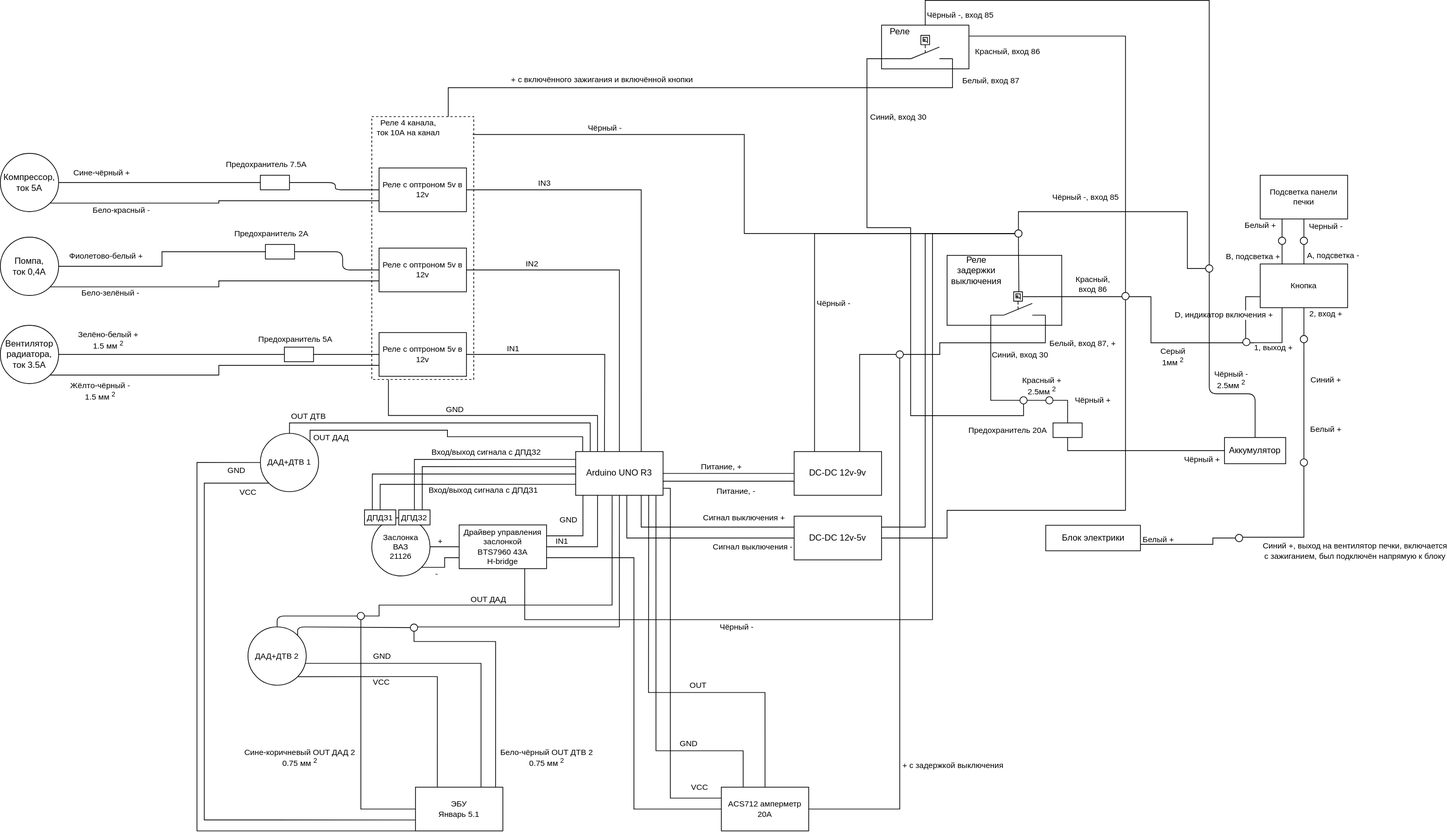
Above: electrical_scheme.drawio.svg in kak-tus/compressor (draw.io), before the change. Source tidied: cells renumbered, new cells last; positions are measured from the earlier drawing's top-left corner, leaving out a move shared by most shapes.
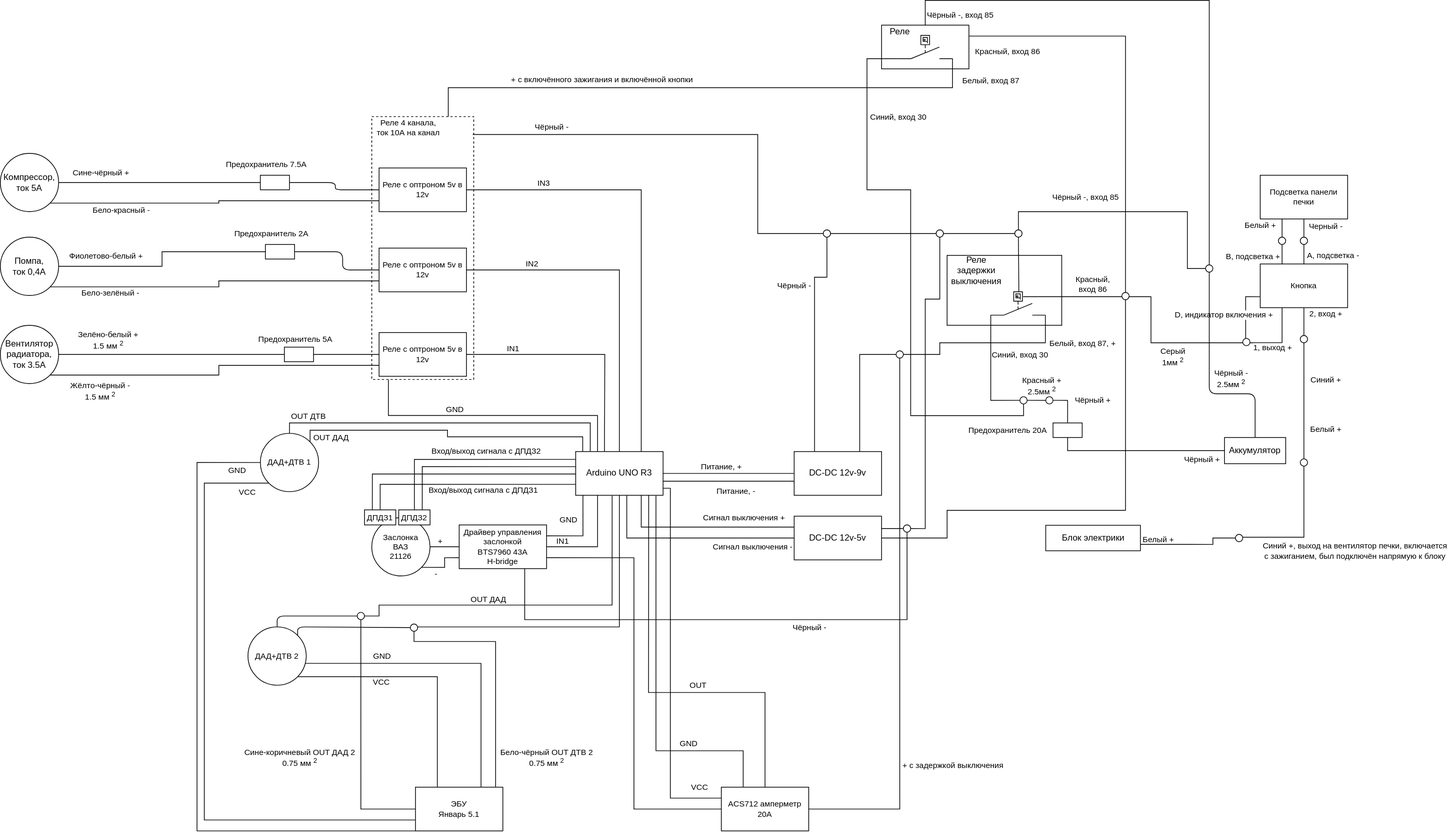
Later version of the same file.

Commit message:
Don't cross lines.

Diff of the diagram source:
```diff
@@ -409,47 +409,52 @@
         <mxPoint x="41" y="14" as="offset" />
       </mxGeometry>
     </mxCell>
-    <mxCell id="86" style="edgeStyle=orthogonalEdgeStyle;shape=connector;rounded=0;orthogonalLoop=1;jettySize=auto;html=1;exitX=0.25;exitY=0;exitDx=0;exitDy=0;labelBackgroundColor=default;strokeColor=default;fontFamily=Helvetica;fontSize=11;fontColor=default;endArrow=none;endFill=0;" parent="1" edge="1">
+    <mxCell id="86" style="edgeStyle=orthogonalEdgeStyle;shape=connector;rounded=0;jettySize=auto;html=1;exitX=0.25;exitY=0;exitDx=0;exitDy=0;labelBackgroundColor=default;strokeColor=default;fontFamily=Helvetica;fontSize=11;fontColor=default;endArrow=none;endFill=0;entryX=0.5;entryY=1;entryDx=0;entryDy=0;" parent="1" edge="1" target="182">
       <mxGeometry relative="1" as="geometry">
         <mxPoint x="1118" y="619.3" as="sourcePoint" />
-        <mxPoint x="1398" y="320" as="targetPoint" />
         <Array as="points">
-          <mxPoint x="1118" y="320" />
+          <mxPoint x="1118" y="380" />
+          <mxPoint x="1135" y="380" />
         </Array>
       </mxGeometry>
     </mxCell>
     <mxCell id="87" value="Чёрный -" style="edgeLabel;html=1;align=center;verticalAlign=middle;fontSize=11;fontFamily=Helvetica;fontColor=default;" parent="86" vertex="1">
       <mxGeometry x="-0.3" y="-1" relative="1" as="geometry">
-        <mxPoint x="25" as="offset" />
+        <mxPoint x="-29" y="-118" as="offset" />
       </mxGeometry>
     </mxCell>
     <mxCell id="88" value="DC-DC 12v-9v" style="rounded=0;whiteSpace=wrap;html=1;" parent="1" vertex="1">
       <mxGeometry x="1090" y="619.3" width="120" height="60" as="geometry" />
     </mxCell>
-    <mxCell id="89" style="edgeStyle=orthogonalEdgeStyle;shape=connector;rounded=0;jettySize=auto;html=1;entryX=1;entryY=0.25;entryDx=0;entryDy=0;labelBackgroundColor=default;strokeColor=default;fontFamily=Helvetica;fontSize=11;fontColor=default;endArrow=none;endFill=0;" parent="1" edge="1" source="95" target="120">
+    <mxCell id="89" style="edgeStyle=orthogonalEdgeStyle;shape=connector;rounded=0;jettySize=auto;html=1;labelBackgroundColor=default;strokeColor=default;fontFamily=Helvetica;fontSize=11;fontColor=default;endArrow=none;endFill=0;exitX=0.5;exitY=1;exitDx=0;exitDy=0;entryX=1;entryY=0.5;entryDx=0;entryDy=0;" parent="1" edge="1" source="184" target="186">
       <mxGeometry relative="1" as="geometry">
         <Array as="points">
-          <mxPoint x="1270" y="320" />
-          <mxPoint x="1270" y="723" />
+          <mxPoint x="1290" y="410" />
+          <mxPoint x="1270" y="410" />
+          <mxPoint x="1270" y="725" />
         </Array>
       </mxGeometry>
     </mxCell>
-    <mxCell id="90" style="edgeStyle=orthogonalEdgeStyle;shape=connector;rounded=0;jettySize=auto;html=1;exitX=0;exitY=0.5;exitDx=0;exitDy=0;entryX=0.75;entryY=1;entryDx=0;entryDy=0;labelBackgroundColor=default;strokeColor=default;fontFamily=Helvetica;fontSize=11;fontColor=default;endArrow=none;endFill=0;" parent="1" edge="1" source="95" target="115">
+    <mxCell id="90" style="edgeStyle=orthogonalEdgeStyle;shape=connector;rounded=0;jettySize=auto;html=1;entryX=0.75;entryY=1;entryDx=0;entryDy=0;labelBackgroundColor=default;strokeColor=default;fontFamily=Helvetica;fontSize=11;fontColor=default;endArrow=none;endFill=0;exitX=0.5;exitY=1;exitDx=0;exitDy=0;" parent="1" edge="1" source="186" target="115">
       <mxGeometry relative="1" as="geometry">
         <Array as="points">
-          <mxPoint x="1280" y="320" />
-          <mxPoint x="1280" y="850" />
+          <mxPoint x="1245" y="850" />
           <mxPoint x="720" y="850" />
         </Array>
       </mxGeometry>
     </mxCell>
     <mxCell id="91" value="Чёрный -" style="edgeLabel;html=1;align=center;verticalAlign=middle;fontSize=11;fontFamily=Helvetica;fontColor=default;" parent="90" vertex="1">
       <mxGeometry x="0.69" y="4" relative="1" as="geometry">
-        <mxPoint x="163" y="6" as="offset" />
+        <mxPoint x="350" y="7" as="offset" />
       </mxGeometry>
     </mxCell>
-    <mxCell id="92" style="edgeStyle=orthogonalEdgeStyle;shape=connector;rounded=0;jettySize=auto;html=1;exitX=0;exitY=0.5;exitDx=0;exitDy=0;entryX=0.99;entryY=0.068;entryDx=0;entryDy=0;entryPerimeter=0;labelBackgroundColor=default;strokeColor=default;fontFamily=Helvetica;fontSize=11;fontColor=default;endArrow=none;endFill=0;" parent="1" edge="1" source="95" target="2">
-      <mxGeometry relative="1" as="geometry" />
+    <mxCell id="92" style="edgeStyle=orthogonalEdgeStyle;shape=connector;rounded=0;jettySize=auto;html=1;entryX=0.99;entryY=0.068;entryDx=0;entryDy=0;entryPerimeter=0;labelBackgroundColor=default;strokeColor=default;fontFamily=Helvetica;fontSize=11;fontColor=default;endArrow=none;endFill=0;exitX=0;exitY=0.5;exitDx=0;exitDy=0;" parent="1" edge="1" source="182" target="2">
+      <mxGeometry relative="1" as="geometry">
+        <Array as="points">
+          <mxPoint x="1040" y="320" />
+          <mxPoint x="1040" y="184" />
+        </Array>
+      </mxGeometry>
     </mxCell>
     <mxCell id="93" value="Чёрный -" style="edgeLabel;html=1;align=center;verticalAlign=middle;fontSize=11;fontFamily=Helvetica;fontColor=default;" parent="92" vertex="1">
       <mxGeometry x="0.44" y="-1" relative="1" as="geometry">
@@ -678,8 +683,8 @@
         <Array as="points">
           <mxPoint x="1405" y="570" />
           <mxPoint x="1250" y="570" />
-          <mxPoint x="1250" y="312" />
-          <mxPoint x="1190" y="312" />
+          <mxPoint x="1250" y="260" />
+          <mxPoint x="1190" y="260" />
           <mxPoint x="1190" y="80" />
         </Array>
       </mxGeometry>
@@ -848,5 +853,23 @@
     <mxCell id="180" style="ellipse;whiteSpace=wrap;html=1;fontFamily=Helvetica;fontSize=11;fontColor=default;" parent="1" vertex="1">
       <mxGeometry x="563" y="856" width="10" height="10" as="geometry" />
     </mxCell>
+    <mxCell id="181" style="edgeStyle=none;html=1;exitX=1;exitY=0.5;exitDx=0;exitDy=0;entryX=0;entryY=0.5;entryDx=0;entryDy=0;endArrow=none;endFill=0;" parent="1" edge="1" source="182" target="184">
+      <mxGeometry relative="1" as="geometry" />
+    </mxCell>
+    <mxCell id="182" style="ellipse;whiteSpace=wrap;html=1;fontFamily=Helvetica;fontSize=11;fontColor=default;" parent="1" vertex="1">
+      <mxGeometry x="1130" y="315" width="10" height="10" as="geometry" />
+    </mxCell>
+    <mxCell id="183" style="edgeStyle=none;shape=connector;rounded=1;html=1;exitX=1;exitY=0.5;exitDx=0;exitDy=0;entryX=0;entryY=0.5;entryDx=0;entryDy=0;labelBackgroundColor=default;strokeColor=default;fontFamily=Helvetica;fontSize=11;fontColor=default;endArrow=none;endFill=0;" parent="1" edge="1" source="184" target="95">
+      <mxGeometry relative="1" as="geometry" />
+    </mxCell>
+    <mxCell id="184" style="ellipse;whiteSpace=wrap;html=1;fontFamily=Helvetica;fontSize=11;fontColor=default;" parent="1" vertex="1">
+      <mxGeometry x="1285" y="315" width="10" height="10" as="geometry" />
+    </mxCell>
+    <mxCell id="185" style="edgeStyle=none;shape=connector;rounded=1;html=1;exitX=0;exitY=0.5;exitDx=0;exitDy=0;entryX=1;entryY=0.282;entryDx=0;entryDy=0;entryPerimeter=0;labelBackgroundColor=default;strokeColor=default;fontFamily=Helvetica;fontSize=11;fontColor=default;endArrow=none;endFill=0;" parent="1" edge="1" source="186" target="120">
+      <mxGeometry relative="1" as="geometry" />
+    </mxCell>
+    <mxCell id="186" style="ellipse;whiteSpace=wrap;html=1;fontFamily=Helvetica;fontSize=11;fontColor=default;" parent="1" vertex="1">
+      <mxGeometry x="1240" y="720" width="10" height="10" as="geometry" />
+    </mxCell>
   </root>
 </mxGraphModel>
```
